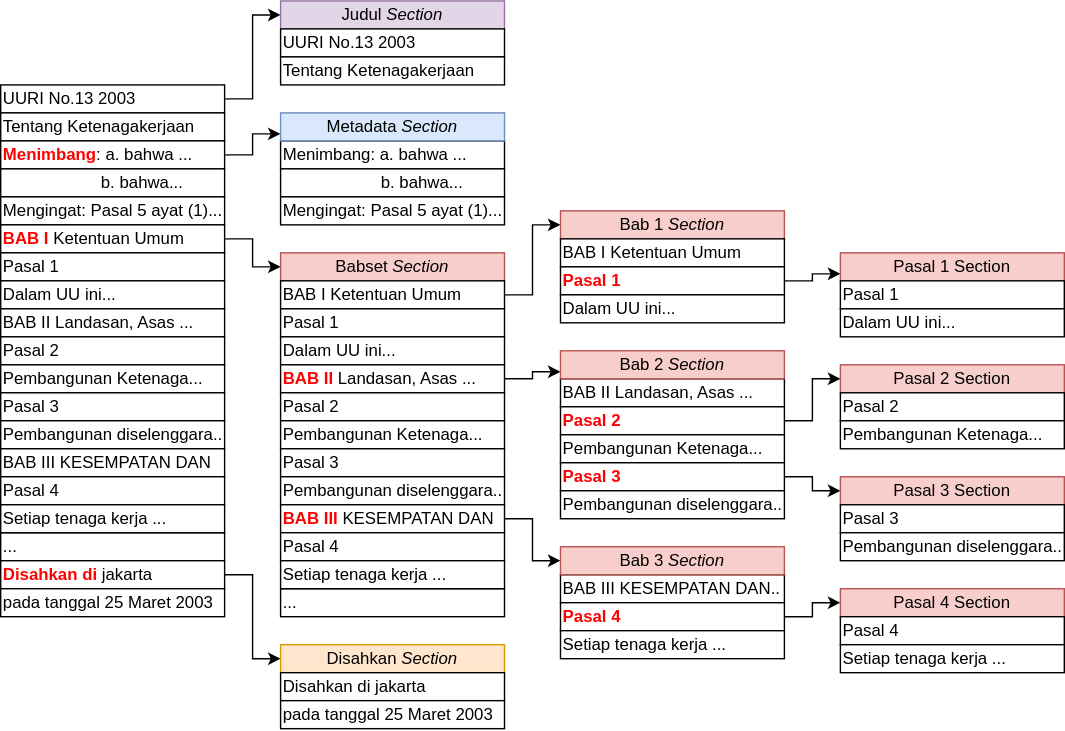
Earlier version of the draw.io export pictures/pdf_to_component.svg (aabccd021/legal-kg). Source tidied: cells renumbered, new cells last; positions are measured from the earlier drawing's top-left corner, leaving out a move shared by most shapes.
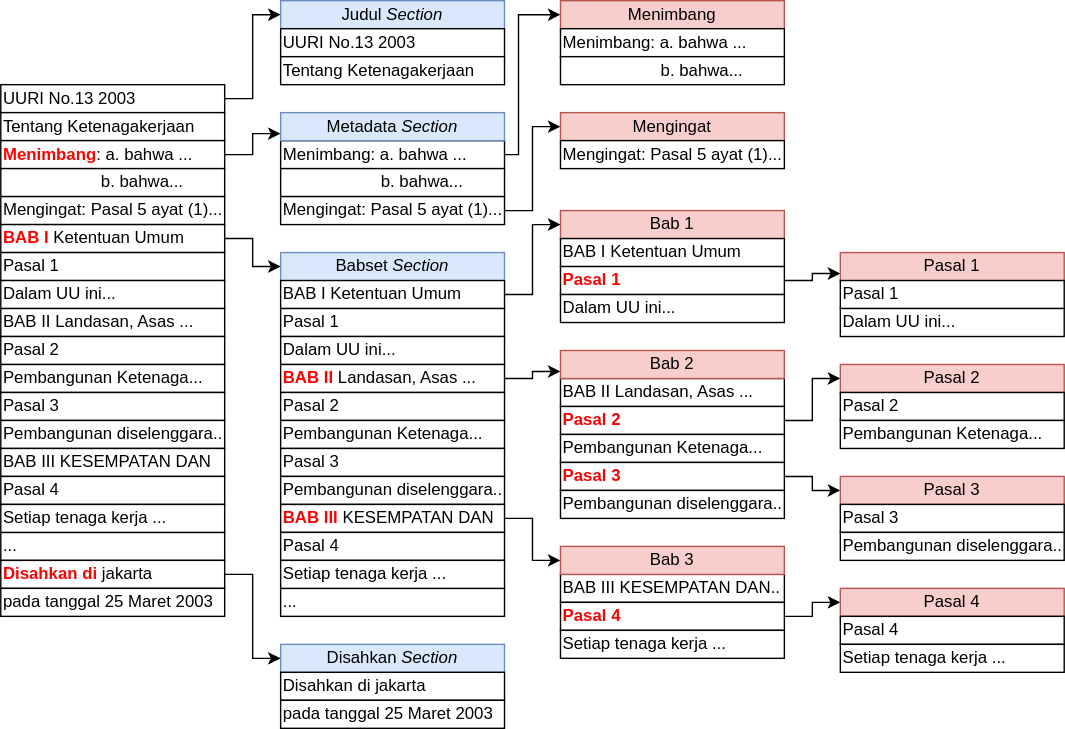
The same diagram one commit later.

Diff of the diagram source:
```diff
@@ -2,7 +2,7 @@
   <root>
     <mxCell id="0" />
     <mxCell id="1" parent="0" />
-    <mxCell id="2" value="Judul &lt;i&gt;Section&lt;/i&gt;" style="rounded=0;whiteSpace=wrap;html=1;fillColor=#e1d5e7;strokeColor=#9673a6;align=center;" parent="1" vertex="1">
+    <mxCell id="2" value="Judul &lt;i&gt;Section&lt;/i&gt;" style="rounded=0;whiteSpace=wrap;html=1;fillColor=#dae8fc;strokeColor=#6c8ebf;align=center;" parent="1" vertex="1">
       <mxGeometry x="200" width="160" height="20" as="geometry" />
     </mxCell>
     <mxCell id="3" style="edgeStyle=orthogonalEdgeStyle;rounded=0;jettySize=auto;html=1;entryX=0;entryY=0.5;entryDx=0;entryDy=0;" parent="1" edge="1" source="4" target="2">
@@ -71,19 +71,30 @@
     <mxCell id="24" value="Tentang Ketenagakerjaan" style="rounded=0;whiteSpace=wrap;html=1;align=left;" parent="1" vertex="1">
       <mxGeometry x="200" y="40" width="160" height="20" as="geometry" />
     </mxCell>
+    <mxCell id="81" style="edgeStyle=orthogonalEdgeStyle;rounded=0;jettySize=auto;html=1;entryX=0;entryY=0.5;entryDx=0;entryDy=0;" parent="1" edge="1" source="25" target="83">
+      <mxGeometry relative="1" as="geometry">
+        <Array as="points">
+          <mxPoint x="370" y="110" />
+          <mxPoint x="370" y="10" />
+        </Array>
+      </mxGeometry>
+    </mxCell>
     <mxCell id="25" value="Menimbang: a. bahwa ..." style="rounded=0;whiteSpace=wrap;html=1;align=left;" parent="1" vertex="1">
       <mxGeometry x="200" y="100" width="160" height="20" as="geometry" />
     </mxCell>
     <mxCell id="26" value="&amp;nbsp; &amp;nbsp; &amp;nbsp; &amp;nbsp; &amp;nbsp; &amp;nbsp; &amp;nbsp; &amp;nbsp; &amp;nbsp; &amp;nbsp; &amp;nbsp;b. bahwa..." style="rounded=0;whiteSpace=wrap;html=1;align=left;" parent="1" vertex="1">
       <mxGeometry x="200" y="120" width="160" height="20" as="geometry" />
     </mxCell>
+    <mxCell id="82" style="edgeStyle=orthogonalEdgeStyle;rounded=0;jettySize=auto;html=1;entryX=0;entryY=0.5;entryDx=0;entryDy=0;" parent="1" edge="1" source="27" target="84">
+      <mxGeometry relative="1" as="geometry" />
+    </mxCell>
     <mxCell id="27" value="Mengingat: Pasal 5 ayat (1)..." style="rounded=0;whiteSpace=wrap;html=1;align=left;" parent="1" vertex="1">
       <mxGeometry x="200" y="140" width="160" height="20" as="geometry" />
     </mxCell>
     <mxCell id="28" value="Metadata&amp;nbsp;&lt;i&gt;Section&lt;/i&gt;" style="rounded=0;whiteSpace=wrap;html=1;fillColor=#dae8fc;strokeColor=#6c8ebf;align=center;" parent="1" vertex="1">
       <mxGeometry x="200" y="80" width="160" height="20" as="geometry" />
     </mxCell>
-    <mxCell id="29" value="Babset &lt;i&gt;Section&lt;/i&gt;" style="rounded=0;whiteSpace=wrap;html=1;fillColor=#f8cecc;strokeColor=#b85450;align=center;" parent="1" vertex="1">
+    <mxCell id="29" value="Babset &lt;i&gt;Section&lt;/i&gt;" style="rounded=0;whiteSpace=wrap;html=1;fillColor=#dae8fc;strokeColor=#6c8ebf;align=center;" parent="1" vertex="1">
       <mxGeometry x="200" y="180" width="160" height="20" as="geometry" />
     </mxCell>
     <mxCell id="30" style="edgeStyle=orthogonalEdgeStyle;rounded=0;jettySize=auto;html=1;entryX=0;entryY=0.5;entryDx=0;entryDy=0;" parent="1" edge="1" source="31" target="51">
@@ -116,7 +127,7 @@
     <mxCell id="39" value="Pembangunan diselenggara.." style="rounded=0;whiteSpace=wrap;html=1;align=left;" parent="1" vertex="1">
       <mxGeometry x="200" y="340" width="160" height="20" as="geometry" />
     </mxCell>
-    <mxCell id="40" value="Disahkan&amp;nbsp;&lt;i&gt;Section&lt;/i&gt;" style="rounded=0;whiteSpace=wrap;html=1;fillColor=#ffe6cc;strokeColor=#d79b00;align=center;" parent="1" vertex="1">
+    <mxCell id="40" value="Disahkan&amp;nbsp;&lt;i&gt;Section&lt;/i&gt;" style="rounded=0;whiteSpace=wrap;html=1;fillColor=#dae8fc;strokeColor=#6c8ebf;align=center;" parent="1" vertex="1">
       <mxGeometry x="200" y="460" width="160" height="20" as="geometry" />
     </mxCell>
     <mxCell id="41" value="Disahkan di jakarta" style="rounded=0;whiteSpace=wrap;html=1;align=left;" parent="1" vertex="1">
@@ -149,7 +160,7 @@
     <mxCell id="50" value="Setiap tenaga kerja ..." style="rounded=0;whiteSpace=wrap;html=1;align=left;" parent="1" vertex="1">
       <mxGeometry x="200" y="400" width="160" height="20" as="geometry" />
     </mxCell>
-    <mxCell id="51" value="Bab 1&amp;nbsp;&lt;i&gt;Section&lt;/i&gt;" style="rounded=0;whiteSpace=wrap;html=1;fillColor=#f8cecc;strokeColor=#b85450;align=center;" parent="1" vertex="1">
+    <mxCell id="51" value="Bab 1" style="rounded=0;whiteSpace=wrap;html=1;fillColor=#f8cecc;strokeColor=#b85450;align=center;" parent="1" vertex="1">
       <mxGeometry x="400" y="150" width="160" height="20" as="geometry" />
     </mxCell>
     <mxCell id="52" value="BAB I Ketentuan Umum" style="rounded=0;whiteSpace=wrap;html=1;align=left;" parent="1" vertex="1">
@@ -197,13 +208,13 @@
     <mxCell id="66" value="Setiap tenaga kerja ..." style="rounded=0;whiteSpace=wrap;html=1;align=left;" parent="1" vertex="1">
       <mxGeometry x="400" y="450" width="160" height="20" as="geometry" />
     </mxCell>
-    <mxCell id="67" value="Bab 2&amp;nbsp;&lt;i&gt;Section&lt;/i&gt;" style="rounded=0;whiteSpace=wrap;html=1;fillColor=#f8cecc;strokeColor=#b85450;align=center;" parent="1" vertex="1">
+    <mxCell id="67" value="Bab 2" style="rounded=0;whiteSpace=wrap;html=1;fillColor=#f8cecc;strokeColor=#b85450;align=center;" parent="1" vertex="1">
       <mxGeometry x="400" y="250" width="160" height="20" as="geometry" />
     </mxCell>
-    <mxCell id="68" value="Bab 3&amp;nbsp;&lt;i&gt;Section&lt;/i&gt;" style="rounded=0;whiteSpace=wrap;html=1;fillColor=#f8cecc;strokeColor=#b85450;align=center;" parent="1" vertex="1">
+    <mxCell id="68" value="Bab 3" style="rounded=0;whiteSpace=wrap;html=1;fillColor=#f8cecc;strokeColor=#b85450;align=center;" parent="1" vertex="1">
       <mxGeometry x="400" y="390" width="160" height="20" as="geometry" />
     </mxCell>
-    <mxCell id="69" value="Pasal 1 Section" style="rounded=0;whiteSpace=wrap;html=1;fillColor=#f8cecc;strokeColor=#b85450;align=center;" parent="1" vertex="1">
+    <mxCell id="69" value="Pasal 1" style="rounded=0;whiteSpace=wrap;html=1;fillColor=#f8cecc;strokeColor=#b85450;align=center;" parent="1" vertex="1">
       <mxGeometry x="600" y="180" width="160" height="20" as="geometry" />
     </mxCell>
     <mxCell id="70" value="Pasal 1" style="rounded=0;whiteSpace=wrap;html=1;align=left;" parent="1" vertex="1">
@@ -212,13 +223,13 @@
     <mxCell id="71" value="Dalam UU ini..." style="rounded=0;whiteSpace=wrap;html=1;align=left;" parent="1" vertex="1">
       <mxGeometry x="600" y="220" width="160" height="20" as="geometry" />
     </mxCell>
-    <mxCell id="72" value="Pasal 2 Section" style="rounded=0;whiteSpace=wrap;html=1;fillColor=#f8cecc;strokeColor=#b85450;align=center;" parent="1" vertex="1">
+    <mxCell id="72" value="Pasal 2" style="rounded=0;whiteSpace=wrap;html=1;fillColor=#f8cecc;strokeColor=#b85450;align=center;" parent="1" vertex="1">
       <mxGeometry x="600" y="260" width="160" height="20" as="geometry" />
     </mxCell>
-    <mxCell id="73" value="Pasal 3 Section" style="rounded=0;whiteSpace=wrap;html=1;fillColor=#f8cecc;strokeColor=#b85450;align=center;" parent="1" vertex="1">
+    <mxCell id="73" value="Pasal 3" style="rounded=0;whiteSpace=wrap;html=1;fillColor=#f8cecc;strokeColor=#b85450;align=center;" parent="1" vertex="1">
       <mxGeometry x="600" y="340" width="160" height="20" as="geometry" />
     </mxCell>
-    <mxCell id="74" value="Pasal 4 Section" style="rounded=0;whiteSpace=wrap;html=1;fillColor=#f8cecc;strokeColor=#b85450;align=center;" parent="1" vertex="1">
+    <mxCell id="74" value="Pasal 4" style="rounded=0;whiteSpace=wrap;html=1;fillColor=#f8cecc;strokeColor=#b85450;align=center;" parent="1" vertex="1">
       <mxGeometry x="600" y="420" width="160" height="20" as="geometry" />
     </mxCell>
     <mxCell id="75" value="Pasal 4" style="rounded=0;whiteSpace=wrap;html=1;align=left;" parent="1" vertex="1">
@@ -239,5 +250,20 @@
     <mxCell id="80" value="Pembangunan Ketenaga..." style="rounded=0;whiteSpace=wrap;html=1;align=left;" parent="1" vertex="1">
       <mxGeometry x="600" y="300" width="160" height="20" as="geometry" />
     </mxCell>
+    <mxCell id="83" value="Menimbang" style="rounded=0;whiteSpace=wrap;html=1;fillColor=#f8cecc;strokeColor=#b85450;align=center;" parent="1" vertex="1">
+      <mxGeometry x="400" width="160" height="20" as="geometry" />
+    </mxCell>
+    <mxCell id="84" value="Mengingat" style="rounded=0;whiteSpace=wrap;html=1;fillColor=#f8cecc;strokeColor=#b85450;align=center;" parent="1" vertex="1">
+      <mxGeometry x="400" y="80" width="160" height="20" as="geometry" />
+    </mxCell>
+    <mxCell id="85" value="Mengingat: Pasal 5 ayat (1)..." style="rounded=0;whiteSpace=wrap;html=1;align=left;" parent="1" vertex="1">
+      <mxGeometry x="400" y="100" width="160" height="20" as="geometry" />
+    </mxCell>
+    <mxCell id="86" value="Menimbang: a. bahwa ..." style="rounded=0;whiteSpace=wrap;html=1;align=left;" parent="1" vertex="1">
+      <mxGeometry x="400" y="20" width="160" height="20" as="geometry" />
+    </mxCell>
+    <mxCell id="87" value="&amp;nbsp; &amp;nbsp; &amp;nbsp; &amp;nbsp; &amp;nbsp; &amp;nbsp; &amp;nbsp; &amp;nbsp; &amp;nbsp; &amp;nbsp; &amp;nbsp;b. bahwa..." style="rounded=0;whiteSpace=wrap;html=1;align=left;" parent="1" vertex="1">
+      <mxGeometry x="400" y="40" width="160" height="20" as="geometry" />
+    </mxCell>
   </root>
 </mxGraphModel>
```
